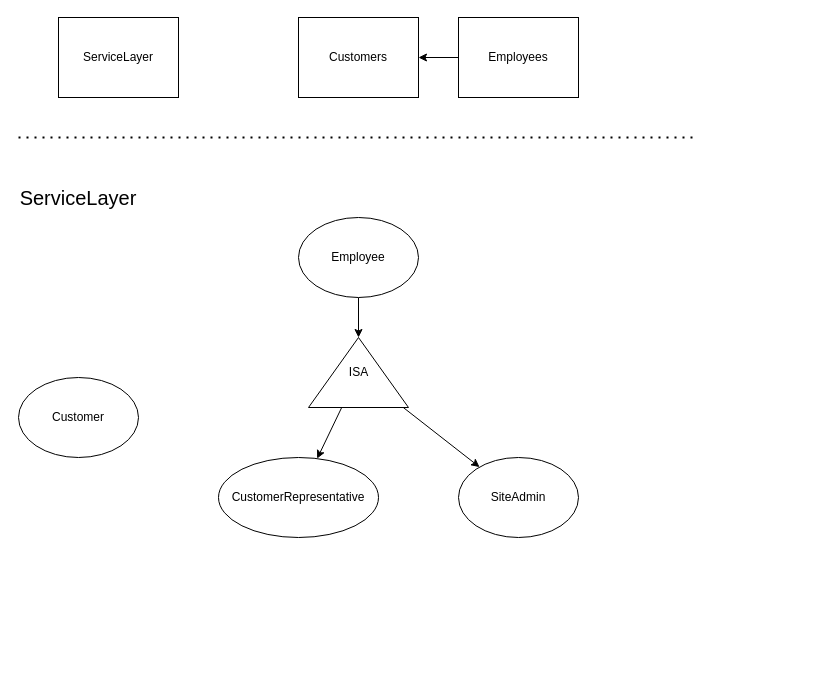
This is page "ServiceLayer" (5 of 7) of ERDiagram.drawio from kyle4036/DatabaseManagement2026Project1, a draw.io file, before an edit. Source tidied: cells renumbered, new cells numbered last; positions are measured from the earlier drawing's top-left corner, leaving out a move shared by most shapes. Both pictures are drawn from the tidied source at 100%, with x=0, y=0 at pixel (18, 17).
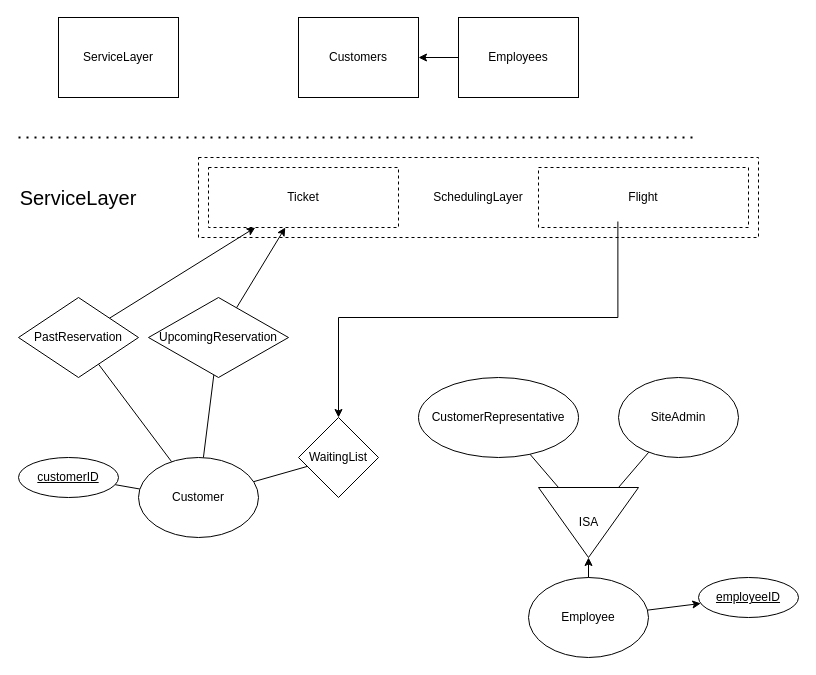
The same page after the edit.

What changed in the source:
```diff
@@
+    <mxCell id="16" style="rounded=0;jettySize=auto;html=1;endArrow=none;endFill=0;" parent="1" edge="1" source="8" target="27">
+      <mxGeometry relative="1" as="geometry" />
+    </mxCell>
+    <mxCell id="17" style="rounded=0;jettySize=auto;html=1;endArrow=none;endFill=0;" parent="1" edge="1" source="8" target="29">
+      <mxGeometry relative="1" as="geometry" />
+    </mxCell>
+    <mxCell id="18" style="rounded=0;jettySize=auto;html=1;endArrow=none;endFill=0;" parent="1" edge="1" source="8" target="31">
+      <mxGeometry relative="1" as="geometry" />
+    </mxCell>
+    <mxCell id="19" style="rounded=0;jettySize=auto;html=1;endArrow=none;endFill=0;" parent="1" edge="1" source="8" target="33">
+      <mxGeometry relative="1" as="geometry" />
+    </mxCell>
     <mxCell id="8" value="Customer" style="ellipse;whiteSpace=wrap;html=1;" parent="1" vertex="1">
-      <mxGeometry y="360" width="120" height="80" as="geometry" />
+      <mxGeometry x="120" y="440" width="120" height="80" as="geometry" />
     </mxCell>
-    <mxCell id="9" style="edgeStyle=orthogonalEdgeStyle;rounded=0;jettySize=auto;html=1;" parent="1" edge="1" source="10" target="13">
-      <mxGeometry relative="1" as="geometry" />
-    </mxCell>
+    <mxCell id="20" style="rounded=0;jettySize=auto;html=1;" parent="1" edge="1" source="10" target="36">
+      <mxGeometry relative="1" as="geometry" />
+    </mxCell>
     <mxCell id="10" value="Employee" style="ellipse;whiteSpace=wrap;html=1;" parent="1" vertex="1">
-      <mxGeometry x="280" y="200" width="120" height="80" as="geometry" />
+      <mxGeometry x="510" y="560" width="120" height="80" as="geometry" />
     </mxCell>
-    <mxCell id="11" style="rounded=0;jettySize=auto;html=1;" parent="1" edge="1" source="13" target="14">
-      <mxGeometry relative="1" as="geometry" />
-    </mxCell>
-    <mxCell id="12" style="rounded=0;jettySize=auto;html=1;" parent="1" edge="1" source="13" target="15">
-      <mxGeometry relative="1" as="geometry" />
-    </mxCell>
-    <mxCell id="13" value="ISA" style="verticalLabelPosition=middle;verticalAlign=middle;html=1;shape=mxgraph.basic.acute_triangle;dx=0.5;labelPosition=center;align=center;textShadow=0;labelBorderColor=none;labelBackgroundColor=none;" parent="1" vertex="1">
-      <mxGeometry x="290" y="320" width="100" height="70" as="geometry" />
-    </mxCell>
     <mxCell id="14" value="CustomerRepresentative" style="ellipse;whiteSpace=wrap;html=1;" parent="1" vertex="1">
-      <mxGeometry x="200" y="440" width="160" height="80" as="geometry" />
+      <mxGeometry x="400" y="360" width="160" height="80" as="geometry" />
     </mxCell>
     <mxCell id="15" value="SiteAdmin" style="ellipse;whiteSpace=wrap;html=1;" parent="1" vertex="1">
-      <mxGeometry x="440" y="440" width="120" height="80" as="geometry" />
+      <mxGeometry x="600" y="360" width="120" height="80" as="geometry" />
     </mxCell>
+    <mxCell id="21" value="SchedulingLayer" style="rounded=0;whiteSpace=wrap;html=1;dashed=1;" parent="1" vertex="1">
+      <mxGeometry x="180" y="140" width="560" height="80" as="geometry" />
+    </mxCell>
+    <mxCell id="22" style="group;" parent="1" vertex="1">
+      <mxGeometry x="520" y="470" width="100" height="70" as="geometry" />
+    </mxCell>
+    <mxCell id="23" style="verticalLabelPosition=bottom;verticalAlign=top;html=1;shape=mxgraph.basic.acute_triangle;dx=0.5;rotation=-180;" parent="22" vertex="1">
+      <mxGeometry width="100" height="70" as="geometry" />
+    </mxCell>
+    <mxCell id="13" value="ISA" style="verticalLabelPosition=middle;verticalAlign=middle;html=1;shape=mxgraph.basic.rect;fillColor2=none;strokeWidth=1;size=20;indent=5;labelPosition=center;align=center;fillColor=none;strokeColor=none;" parent="22" vertex="1">
+      <mxGeometry y="15" width="100" height="40" as="geometry" />
+    </mxCell>
+    <mxCell id="24" style="rounded=0;jettySize=auto;html=1;entryX=0;entryY=0;entryDx=50;entryDy=0;entryPerimeter=0;" parent="1" edge="1" source="10" target="23">
+      <mxGeometry relative="1" as="geometry" />
+    </mxCell>
+    <mxCell id="25" style="rounded=0;jettySize=auto;html=1;endArrow=none;endFill=0;" parent="1" edge="1" source="23" target="14">
+      <mxGeometry relative="1" as="geometry" />
+    </mxCell>
+    <mxCell id="26" style="rounded=0;jettySize=auto;html=1;endArrow=none;endFill=0;" parent="1" edge="1" source="23" target="15">
+      <mxGeometry relative="1" as="geometry" />
+    </mxCell>
+    <mxCell id="27" value="customerID" style="ellipse;whiteSpace=wrap;html=1;align=center;fontStyle=4;" parent="1" vertex="1">
+      <mxGeometry y="440" width="100" height="40" as="geometry" />
+    </mxCell>
+    <mxCell id="28" style="rounded=0;jettySize=auto;html=1;endArrow=classic;endFill=1;" parent="1" edge="1" source="29" target="32">
+      <mxGeometry relative="1" as="geometry" />
+    </mxCell>
+    <mxCell id="29" value="PastReservation" style="rhombus;whiteSpace=wrap;html=1;" parent="1" vertex="1">
+      <mxGeometry y="280" width="120" height="80" as="geometry" />
+    </mxCell>
+    <mxCell id="30" style="rounded=0;jettySize=auto;html=1;" parent="1" edge="1" source="31" target="32">
+      <mxGeometry relative="1" as="geometry" />
+    </mxCell>
+    <mxCell id="31" value="Upcoming&lt;span style=&quot;background-color: transparent; color: light-dark(rgb(0, 0, 0), rgb(255, 255, 255));&quot;&gt;Reservation&lt;/span&gt;" style="rhombus;whiteSpace=wrap;html=1;" parent="1" vertex="1">
+      <mxGeometry x="130" y="280" width="140" height="80" as="geometry" />
+    </mxCell>
+    <mxCell id="32" value="Ticket" style="rounded=0;whiteSpace=wrap;html=1;dashed=1;" parent="1" vertex="1">
+      <mxGeometry x="190" y="150" width="190" height="60" as="geometry" />
+    </mxCell>
+    <mxCell id="33" value="WaitingList" style="rhombus;whiteSpace=wrap;html=1;" parent="1" vertex="1">
+      <mxGeometry x="280" y="400" width="80" height="80" as="geometry" />
+    </mxCell>
+    <mxCell id="34" value="Flight" style="rounded=0;whiteSpace=wrap;html=1;dashed=1;" parent="1" vertex="1">
+      <mxGeometry x="520" y="150" width="210" height="60" as="geometry" />
+    </mxCell>
+    <mxCell id="35" style="edgeStyle=orthogonalEdgeStyle;rounded=0;jettySize=auto;html=1;entryX=0.378;entryY=0.9;entryDx=0;entryDy=0;entryPerimeter=0;endArrow=none;endFill=0;startArrow=classic;startFill=1;" parent="1" edge="1" source="33" target="34">
+      <mxGeometry relative="1" as="geometry">
+        <Array as="points">
+          <mxPoint x="320" y="300" />
+          <mxPoint x="599" y="300" />
+        </Array>
+      </mxGeometry>
+    </mxCell>
+    <mxCell id="36" value="employeeID" style="ellipse;whiteSpace=wrap;html=1;align=center;fontStyle=4;" parent="1" vertex="1">
+      <mxGeometry x="680" y="560" width="100" height="40" as="geometry" />
+    </mxCell>
```
